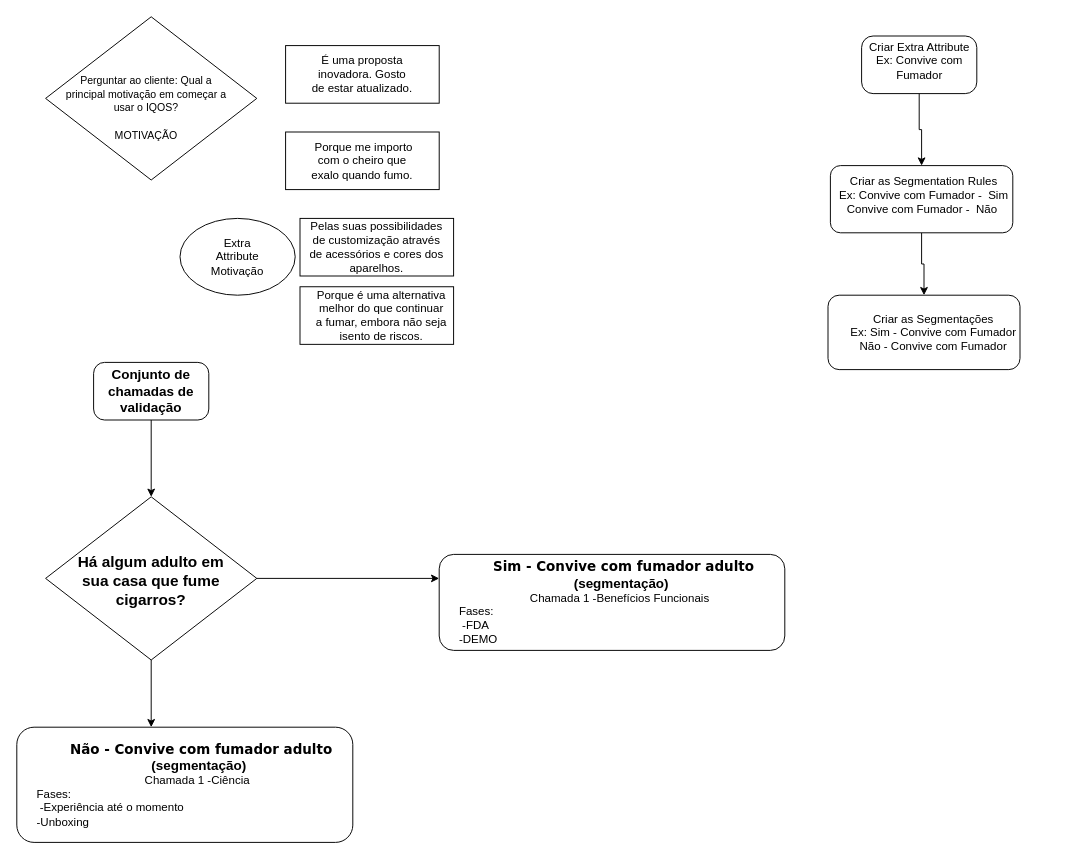
This is Untitled Diagram.drawio from hortencialves/gitparainiciantes, a draw.io file, before an edit. Source tidied: cells renumbered, new cells numbered last; positions are measured from the earlier drawing's top-left corner, leaving out a move shared by most shapes. Both pictures are drawn from the tidied source at 96%, with x=0, y=0 at pixel (16, 16).
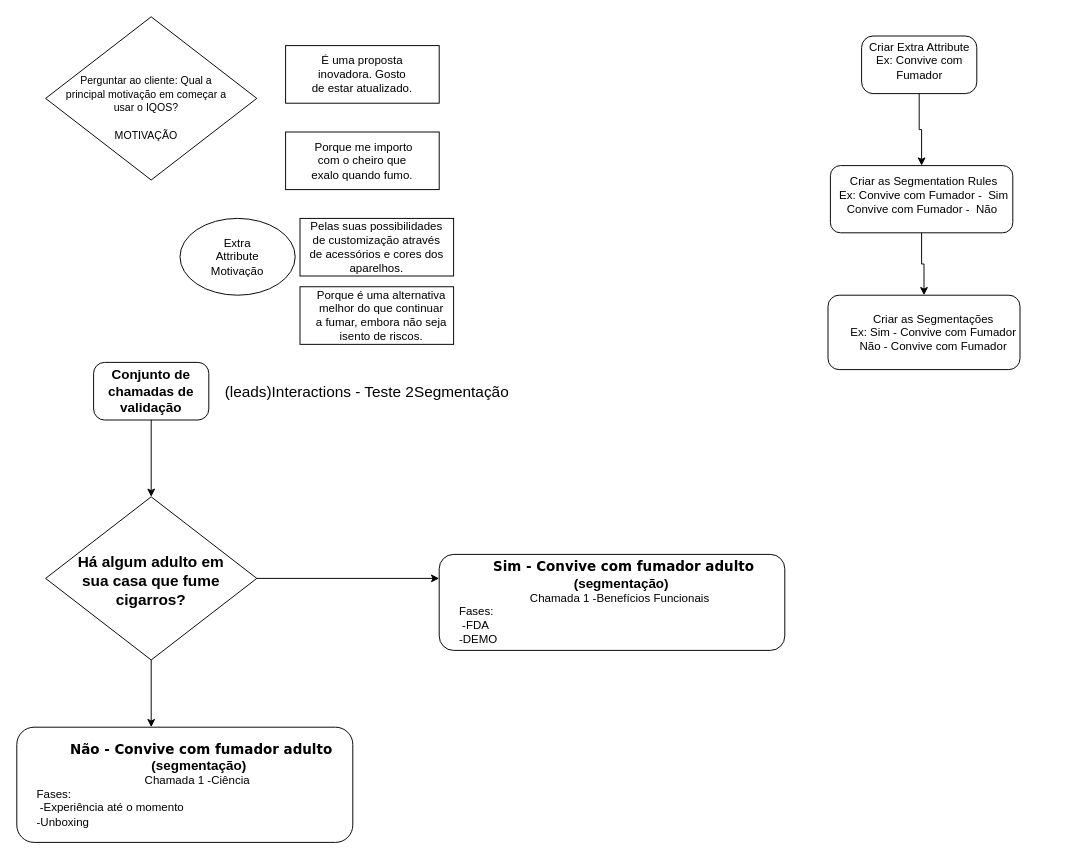
After the change.

Diff of the diagram source:
```diff
@@
+    <mxCell id="33" value="&lt;span style=&quot;color: rgb(0, 0, 0); font-size: medium; font-style: normal; font-weight: 400; letter-spacing: normal; text-indent: 0px; text-transform: none; word-spacing: 0px; background-color: rgb(255, 255, 255); display: inline; float: none;&quot;&gt;(leads)Interactions - Teste 2Segmentação&lt;/span&gt;" style="text;whiteSpace=wrap;html=1;" parent="1" vertex="1">
+      <mxGeometry x="215" y="375" width="320" height="30" as="geometry" />
+    </mxCell>
```
